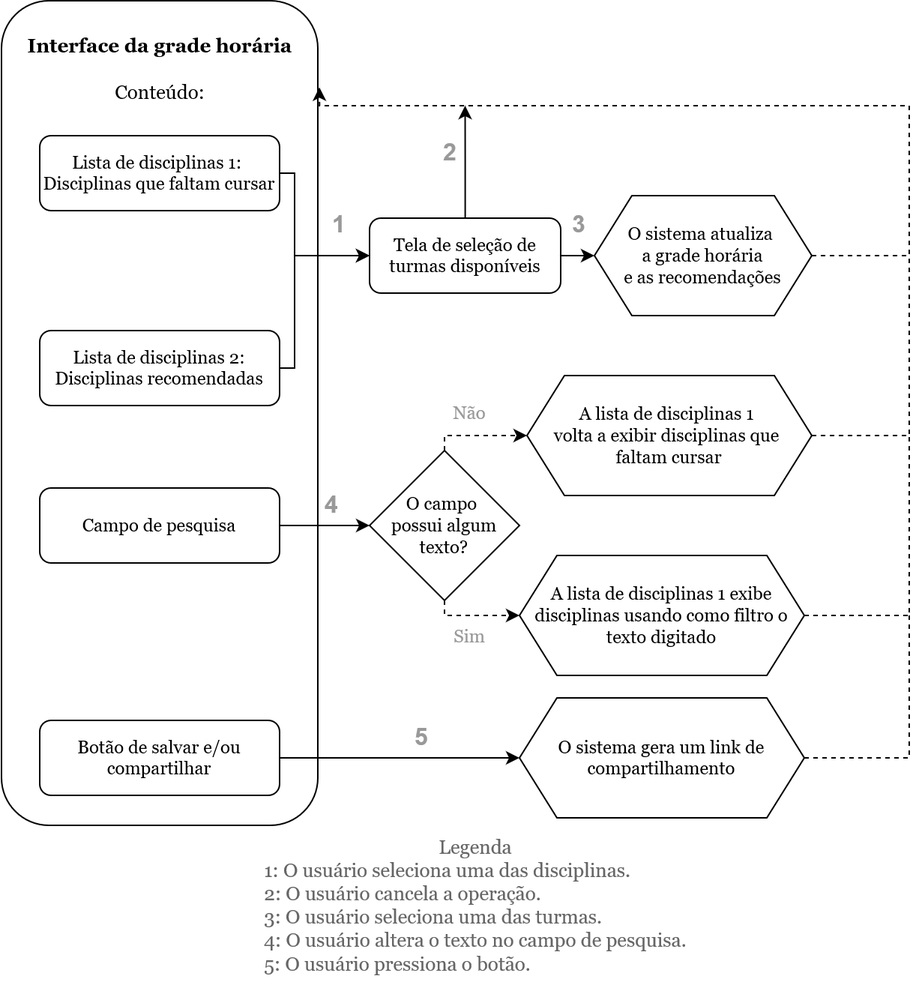
The draw.io diagram figuras/fluxograma-grade.png in Leinadium/puc-tcc-disciplinas, before a commit. Source tidied: cells renumbered, new cells last; positions are measured from the earlier drawing's top-left corner, leaving out a move shared by most shapes.
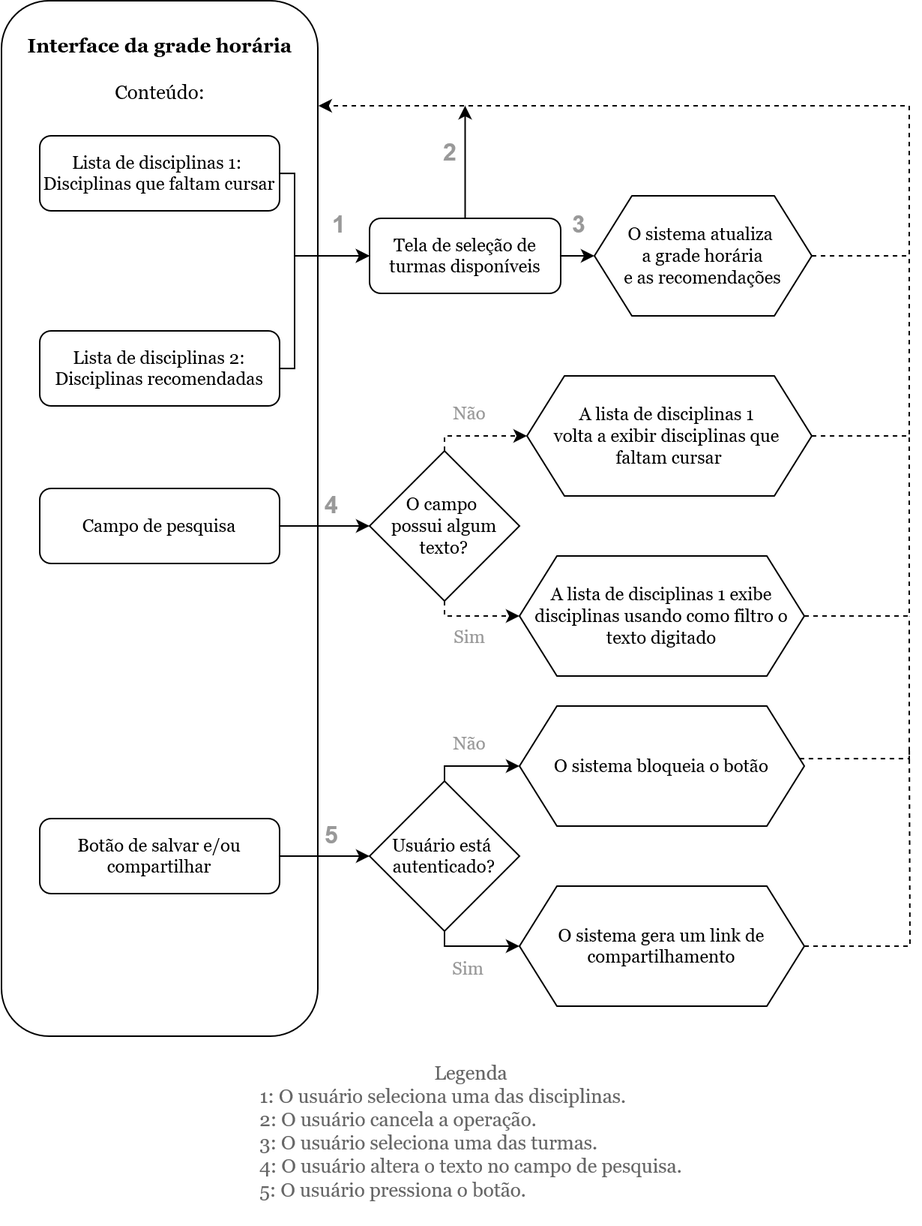
Above is the later version.

Diff of the diagram source:
```diff
@@ -3,7 +3,7 @@
     <mxCell id="0" />
     <mxCell id="1" parent="0" />
     <mxCell id="2" value="&lt;div style=&quot;font-size: 13px;&quot;&gt;&lt;font face=&quot;Georgia&quot; style=&quot;font-size: 13px;&quot;&gt;&lt;b&gt;&lt;br&gt;&lt;/b&gt;&lt;/font&gt;&lt;/div&gt;&lt;div style=&quot;font-size: 13px;&quot;&gt;&lt;font face=&quot;Georgia&quot; style=&quot;font-size: 13px;&quot;&gt;&lt;b&gt;Interface da grade horária&lt;br&gt;&lt;/b&gt;&lt;/font&gt;&lt;/div&gt;&lt;div style=&quot;font-size: 13px;&quot;&gt;&lt;font face=&quot;Georgia&quot; style=&quot;font-size: 13px;&quot;&gt;&lt;br&gt;&lt;/font&gt;&lt;/div&gt;&lt;div style=&quot;font-size: 13px;&quot;&gt;&lt;font face=&quot;Georgia&quot; style=&quot;font-size: 13px;&quot;&gt;Conteúdo:&lt;br&gt;&lt;/font&gt;&lt;/div&gt;&lt;div style=&quot;font-size: 13px;&quot;&gt;&lt;font face=&quot;Georgia&quot; style=&quot;font-size: 13px;&quot;&gt;&lt;b&gt;&lt;br&gt;&lt;/b&gt;&lt;/font&gt;&lt;/div&gt;&lt;div style=&quot;font-size: 13px;&quot;&gt;&lt;font face=&quot;Georgia&quot; style=&quot;font-size: 13px;&quot;&gt;&lt;b&gt;&lt;br&gt;&lt;/b&gt;&lt;/font&gt;&lt;/div&gt;&lt;div&gt;&lt;font face=&quot;Georgia&quot;&gt;&lt;br&gt;&lt;/font&gt;&lt;/div&gt;&lt;div&gt;&lt;font face=&quot;Georgia&quot;&gt;&lt;br&gt;&lt;/font&gt;&lt;/div&gt;" style="rounded=1;whiteSpace=wrap;html=1;fontSize=12;glass=0;strokeWidth=1;shadow=0;verticalAlign=top;" parent="1" vertex="1">
-      <mxGeometry x="0.5" width="211" height="550" as="geometry" />
+      <mxGeometry x="0.5" width="211" height="690" as="geometry" />
     </mxCell>
     <mxCell id="3" style="edgeStyle=orthogonalEdgeStyle;rounded=0;jettySize=auto;html=1;entryX=0;entryY=0.5;entryDx=0;entryDy=0;" parent="1" edge="1" source="5" target="15">
       <mxGeometry relative="1" as="geometry" />
@@ -44,18 +44,17 @@
     <mxCell id="11" value="&lt;font face=&quot;Georgia&quot;&gt;Campo de pesquisa&lt;/font&gt;" style="rounded=1;whiteSpace=wrap;html=1;" parent="1" vertex="1">
       <mxGeometry x="26" y="325" width="160" height="50" as="geometry" />
     </mxCell>
-    <mxCell id="12" style="edgeStyle=orthogonalEdgeStyle;rounded=0;jettySize=auto;html=1;entryX=0;entryY=0.5;entryDx=0;entryDy=0;" parent="1" edge="1" source="13" target="24">
+    <mxCell id="12" style="edgeStyle=orthogonalEdgeStyle;rounded=0;jettySize=auto;html=1;entryX=0;entryY=0.5;entryDx=0;entryDy=0;" parent="1" edge="1" source="13" target="37">
       <mxGeometry relative="1" as="geometry" />
     </mxCell>
     <mxCell id="13" value="&lt;font face=&quot;Georgia&quot;&gt;Botão de salvar e/ou compartilhar&lt;br&gt;&lt;/font&gt;" style="rounded=1;whiteSpace=wrap;html=1;" parent="1" vertex="1">
-      <mxGeometry x="26" y="480" width="160" height="50" as="geometry" />
+      <mxGeometry x="26" y="545" width="160" height="50" as="geometry" />
     </mxCell>
-    <mxCell id="14" style="edgeStyle=orthogonalEdgeStyle;rounded=0;jettySize=auto;html=1;dashed=1;entryX=1.005;entryY=0.105;entryDx=0;entryDy=0;entryPerimeter=0;" parent="1" edge="1" source="15" target="2">
+    <mxCell id="14" style="edgeStyle=orthogonalEdgeStyle;rounded=0;jettySize=auto;html=1;dashed=1;entryX=1.002;entryY=0.1;entryDx=0;entryDy=0;entryPerimeter=0;" parent="1" edge="1" source="15" target="2">
       <mxGeometry relative="1" as="geometry">
         <Array as="points">
           <mxPoint x="606" y="170" />
           <mxPoint x="606" y="70" />
-          <mxPoint x="213" y="70" />
         </Array>
       </mxGeometry>
     </mxCell>
@@ -109,11 +108,11 @@
         </Array>
       </mxGeometry>
     </mxCell>
-    <mxCell id="24" value="&lt;div&gt;O sistema gera um link de compartilhamento&lt;br&gt;&lt;/div&gt;" style="shape=hexagon;perimeter=hexagonPerimeter2;whiteSpace=wrap;html=1;fixedSize=1;size=25;fontFamily=Georgia;" parent="1" vertex="1">
-      <mxGeometry x="346" y="465" width="190" height="80" as="geometry" />
+    <mxCell id="24" value="&lt;div&gt;O sistema bloqueia o botão&lt;/div&gt;" style="shape=hexagon;perimeter=hexagonPerimeter2;whiteSpace=wrap;html=1;fixedSize=1;size=25;fontFamily=Georgia;" parent="1" vertex="1">
+      <mxGeometry x="346" y="470" width="190" height="80" as="geometry" />
     </mxCell>
     <mxCell id="25" value="&lt;div style=&quot;font-size: 13px;&quot; align=&quot;center&quot;&gt;&lt;font style=&quot;font-size: 13px;&quot; face=&quot;Georgia&quot; color=&quot;#666666&quot;&gt;Legenda&lt;br&gt;&lt;/font&gt;&lt;/div&gt;&lt;div style=&quot;font-size: 13px;&quot; align=&quot;left&quot;&gt;&lt;font style=&quot;font-size: 13px;&quot; face=&quot;Georgia&quot; color=&quot;#666666&quot;&gt;1: O usuário seleciona uma das disciplinas.&lt;/font&gt;&lt;/div&gt;&lt;div style=&quot;font-size: 13px;&quot; align=&quot;left&quot;&gt;&lt;font style=&quot;font-size: 13px;&quot; face=&quot;Georgia&quot; color=&quot;#666666&quot;&gt;2: O usuário cancela a operação.&lt;/font&gt;&lt;/div&gt;&lt;div style=&quot;font-size: 13px;&quot; align=&quot;left&quot;&gt;&lt;font style=&quot;font-size: 13px;&quot; face=&quot;Georgia&quot; color=&quot;#666666&quot;&gt;3: O usuário seleciona uma das turmas.&lt;/font&gt;&lt;/div&gt;&lt;div style=&quot;font-size: 13px;&quot; align=&quot;left&quot;&gt;&lt;font style=&quot;font-size: 13px;&quot; face=&quot;Georgia&quot; color=&quot;#666666&quot;&gt;4: O usuário altera o texto no campo de pesquisa.&lt;/font&gt;&lt;/div&gt;&lt;div style=&quot;font-size: 13px;&quot; align=&quot;left&quot;&gt;&lt;font style=&quot;font-size: 13px;&quot; face=&quot;Georgia&quot; color=&quot;#666666&quot;&gt;5: O usuário pressiona o botão.&lt;/font&gt;&lt;/div&gt;&lt;div style=&quot;font-size: 13px;&quot;&gt;&lt;font style=&quot;font-size: 13px;&quot; face=&quot;Georgia&quot; color=&quot;#666666&quot;&gt;&lt;br&gt;&lt;/font&gt;&lt;/div&gt;" style="text;html=1;strokeColor=none;fillColor=none;align=center;verticalAlign=top;whiteSpace=wrap;rounded=0;fontColor=#999999;" parent="1" vertex="1">
-      <mxGeometry x="154" y="550" width="326" height="110" as="geometry" />
+      <mxGeometry x="151" y="700" width="326" height="110" as="geometry" />
     </mxCell>
     <mxCell id="26" value="&lt;font size=&quot;1&quot;&gt;&lt;b&gt;&lt;font style=&quot;font-size: 16px;&quot;&gt;1&lt;/font&gt;&lt;/b&gt;&lt;/font&gt;" style="text;html=1;strokeColor=none;fillColor=none;align=center;verticalAlign=middle;whiteSpace=wrap;rounded=0;fontColor=#999999;" parent="1" vertex="1">
       <mxGeometry x="221" y="137.5" width="10" height="22.5" as="geometry" />
@@ -134,7 +133,38 @@
       <mxGeometry x="216" y="325" width="10" height="22.5" as="geometry" />
     </mxCell>
     <mxCell id="32" value="&lt;font size=&quot;1&quot;&gt;&lt;b&gt;&lt;font style=&quot;font-size: 16px;&quot;&gt;5&lt;/font&gt;&lt;/b&gt;&lt;/font&gt;" style="text;html=1;strokeColor=none;fillColor=none;align=center;verticalAlign=middle;whiteSpace=wrap;rounded=0;fontColor=#999999;" parent="1" vertex="1">
-      <mxGeometry x="276" y="480" width="10" height="22.5" as="geometry" />
+      <mxGeometry x="216" y="545" width="10" height="22.5" as="geometry" />
     </mxCell>
+    <mxCell id="33" style="edgeStyle=orthogonalEdgeStyle;rounded=0;jettySize=auto;html=1;dashed=1;endArrow=none;endFill=0;" parent="1" edge="1" source="34">
+      <mxGeometry relative="1" as="geometry">
+        <mxPoint x="606" y="500" as="targetPoint" />
+      </mxGeometry>
+    </mxCell>
+    <mxCell id="34" value="&lt;div&gt;O sistema gera um link de compartilhamento&lt;br&gt;&lt;/div&gt;" style="shape=hexagon;perimeter=hexagonPerimeter2;whiteSpace=wrap;html=1;fixedSize=1;size=25;fontFamily=Georgia;" parent="1" vertex="1">
+      <mxGeometry x="346" y="590" width="190" height="80" as="geometry" />
+    </mxCell>
+    <mxCell id="35" style="edgeStyle=orthogonalEdgeStyle;rounded=0;jettySize=auto;html=1;entryX=0;entryY=0.5;entryDx=0;entryDy=0;" parent="1" edge="1" source="37" target="24">
+      <mxGeometry relative="1" as="geometry">
+        <Array as="points">
+          <mxPoint x="296" y="510" />
+        </Array>
+      </mxGeometry>
+    </mxCell>
+    <mxCell id="36" style="edgeStyle=orthogonalEdgeStyle;rounded=0;jettySize=auto;html=1;entryX=0;entryY=0.5;entryDx=0;entryDy=0;" parent="1" edge="1" source="37" target="34">
+      <mxGeometry relative="1" as="geometry">
+        <Array as="points">
+          <mxPoint x="296" y="630" />
+        </Array>
+      </mxGeometry>
+    </mxCell>
+    <mxCell id="37" value="&lt;div&gt;Usuário está&amp;nbsp;&lt;/div&gt;&lt;div&gt;autenticado?&lt;/div&gt;" style="rhombus;whiteSpace=wrap;html=1;fontFamily=Georgia;" parent="1" vertex="1">
+      <mxGeometry x="246" y="520" width="100" height="100" as="geometry" />
+    </mxCell>
+    <mxCell id="38" value="&lt;font face=&quot;Georgia&quot;&gt;Não&lt;/font&gt;" style="text;html=1;strokeColor=none;fillColor=none;align=center;verticalAlign=middle;whiteSpace=wrap;rounded=0;fontColor=#999999;" parent="1" vertex="1">
+      <mxGeometry x="296" y="480" width="34" height="30" as="geometry" />
+    </mxCell>
+    <mxCell id="39" value="&lt;font face=&quot;Georgia&quot;&gt;Sim&lt;/font&gt;" style="text;html=1;strokeColor=none;fillColor=none;align=center;verticalAlign=middle;whiteSpace=wrap;rounded=0;fontColor=#999999;" parent="1" vertex="1">
+      <mxGeometry x="295" y="630" width="34" height="30" as="geometry" />
+    </mxCell>
   </root>
 </mxGraphModel>
```
